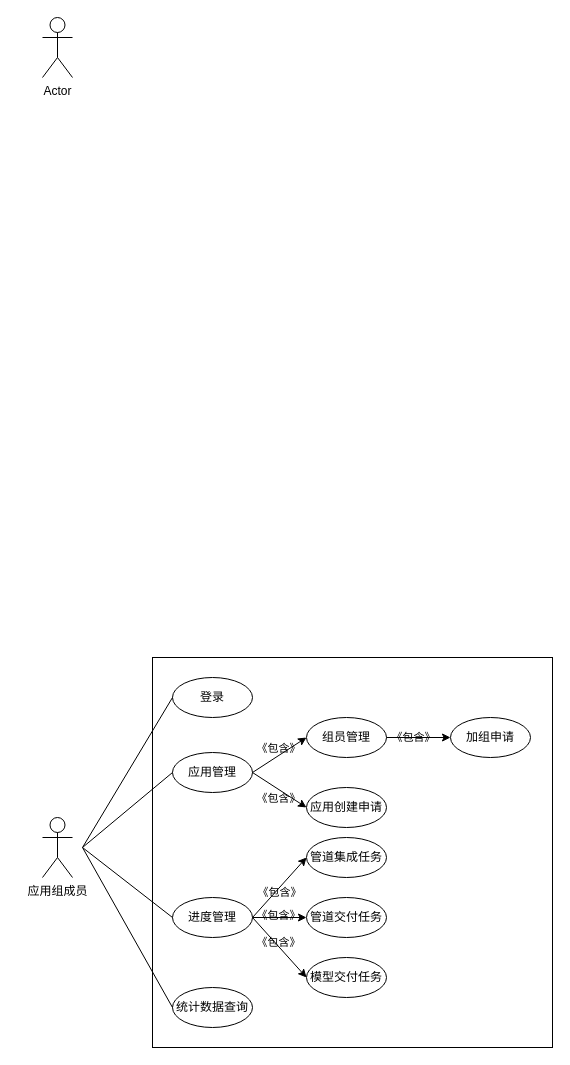
Sequin-hdd/COINFO keeps this draw.io diagram as 用例图2.drawio. Above is the earlier version. Source tidied: cells renumbered, new cells numbered last; positions are measured from the earlier drawing's top-left corner, leaving out a move shared by most shapes. Both pictures are drawn from the tidied source at 100%, with x=0, y=0 at pixel (42, 17).
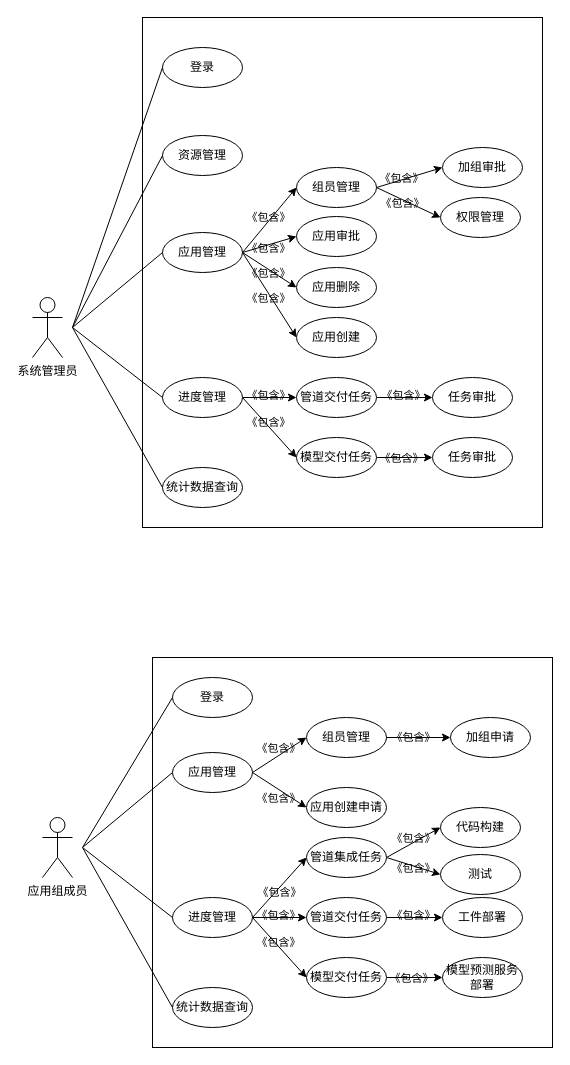
Above is the later version.

Commit message:
更新用例图2.drawio

The change refers to these unchanged cells:
```xml
<mxCell id="13" value="管道交付任务" style="ellipse;whiteSpace=wrap;html=1;" parent="1" vertex="1">
  <mxGeometry x="264" y="880" width="80" height="40" as="geometry" />
</mxCell>
<mxCell id="14" value="模型交付任务" style="ellipse;whiteSpace=wrap;html=1;" parent="1" vertex="1">
  <mxGeometry x="264" y="940" width="80" height="40" as="geometry" />
</mxCell>
<mxCell id="29" value="管道集成任务" style="ellipse;whiteSpace=wrap;html=1;" parent="1" vertex="1">
  <mxGeometry x="264" y="820" width="80" height="40" as="geometry" />
</mxCell>
```

The edit, as a diff of the source:
```diff
@@
-    <mxCell id="2" value="Actor" style="shape=umlActor;verticalLabelPosition=bottom;verticalAlign=top;html=1;" parent="1" vertex="1">
-      <mxGeometry width="30" height="60" as="geometry" />
-    </mxCell>
@@
+    <mxCell id="31" style="edgeStyle=none;rounded=0;jettySize=auto;html=1;exitX=1;exitY=0.5;exitDx=0;exitDy=0;entryX=0;entryY=0.5;entryDx=0;entryDy=0;" parent="1" edge="1" source="13" target="37">
+      <mxGeometry relative="1" as="geometry" />
+    </mxCell>
@@
+    <mxCell id="32" style="edgeStyle=none;rounded=0;jettySize=auto;html=1;exitX=1;exitY=0.5;exitDx=0;exitDy=0;entryX=0;entryY=0.5;entryDx=0;entryDy=0;" parent="1" edge="1" source="14" target="41">
+      <mxGeometry relative="1" as="geometry" />
+    </mxCell>
@@
+    <mxCell id="33" style="edgeStyle=none;rounded=0;jettySize=auto;html=1;exitX=1;exitY=0.5;exitDx=0;exitDy=0;entryX=0;entryY=0.5;entryDx=0;entryDy=0;" parent="1" edge="1" source="29" target="35">
+      <mxGeometry relative="1" as="geometry" />
+    </mxCell>
+    <mxCell id="34" style="edgeStyle=none;rounded=0;jettySize=auto;html=1;exitX=1;exitY=0.5;exitDx=0;exitDy=0;entryX=0;entryY=0.5;entryDx=0;entryDy=0;" parent="1" edge="1" source="29" target="36">
+      <mxGeometry relative="1" as="geometry" />
+    </mxCell>
@@
+    <mxCell id="35" value="代码构建" style="ellipse;whiteSpace=wrap;html=1;" parent="1" vertex="1">
+      <mxGeometry x="398" y="790" width="80" height="40" as="geometry" />
+    </mxCell>
+    <mxCell id="36" value="测试" style="ellipse;whiteSpace=wrap;html=1;" parent="1" vertex="1">
+      <mxGeometry x="398" y="837" width="80" height="40" as="geometry" />
+    </mxCell>
+    <mxCell id="37" value="工件部署" style="ellipse;whiteSpace=wrap;html=1;" parent="1" vertex="1">
+      <mxGeometry x="400" y="880" width="80" height="40" as="geometry" />
+    </mxCell>
+    <mxCell id="38" value="《包含》" style="edgeLabel;html=1;align=center;verticalAlign=middle;labelBackgroundColor=none;" parent="1" vertex="1">
+      <mxGeometry x="370" y="820" as="geometry" />
+    </mxCell>
+    <mxCell id="39" value="《包含》" style="edgeLabel;html=1;align=center;verticalAlign=middle;labelBackgroundColor=none;" parent="1" vertex="1">
+      <mxGeometry x="370" y="850" as="geometry" />
+    </mxCell>
+    <mxCell id="40" value="《包含》" style="edgeLabel;html=1;align=center;verticalAlign=middle;labelBackgroundColor=none;" parent="1" vertex="1">
+      <mxGeometry x="370" y="897" as="geometry" />
+    </mxCell>
+    <mxCell id="41" value="模型预测服务部署" style="ellipse;whiteSpace=wrap;html=1;" parent="1" vertex="1">
+      <mxGeometry x="400" y="940" width="80" height="40" as="geometry" />
+    </mxCell>
+    <mxCell id="42" value="《包含》" style="edgeLabel;html=1;align=center;verticalAlign=middle;labelBackgroundColor=none;" parent="1" vertex="1">
+      <mxGeometry x="368" y="960" as="geometry" />
+    </mxCell>
+    <mxCell id="43" value="系统管理员" style="shape=umlActor;verticalLabelPosition=bottom;verticalAlign=top;html=1;labelBackgroundColor=none;" parent="1" vertex="1">
+      <mxGeometry x="-10" y="280" width="30" height="60" as="geometry" />
+    </mxCell>
+    <mxCell id="44" style="whiteSpace=wrap;html=1;labelBackgroundColor=none;" parent="1" vertex="1">
+      <mxGeometry x="100" width="400" height="510" as="geometry" />
+    </mxCell>
+    <mxCell id="45" style="edgeStyle=none;rounded=0;jettySize=auto;html=1;exitX=1;exitY=0.5;exitDx=0;exitDy=0;entryX=0;entryY=0.5;entryDx=0;entryDy=0;" parent="1" edge="1" source="47" target="77">
+      <mxGeometry relative="1" as="geometry" />
+    </mxCell>
+    <mxCell id="46" style="edgeStyle=none;rounded=0;jettySize=auto;html=1;exitX=1;exitY=0.5;exitDx=0;exitDy=0;entryX=0;entryY=0.5;entryDx=0;entryDy=0;" parent="1" edge="1" source="47" target="78">
+      <mxGeometry relative="1" as="geometry" />
+    </mxCell>
+    <mxCell id="47" value="应用管理" style="ellipse;whiteSpace=wrap;html=1;" parent="1" vertex="1">
+      <mxGeometry x="120" y="215" width="80" height="40" as="geometry" />
+    </mxCell>
+    <mxCell id="48" style="edgeStyle=none;rounded=0;jettySize=auto;html=1;exitX=1;exitY=0.5;exitDx=0;exitDy=0;entryX=0;entryY=0.5;entryDx=0;entryDy=0;" parent="1" edge="1" source="49" target="79">
+      <mxGeometry relative="1" as="geometry" />
+    </mxCell>
+    <mxCell id="49" value="组员管理" style="ellipse;whiteSpace=wrap;html=1;" parent="1" vertex="1">
+      <mxGeometry x="254" y="150" width="80" height="40" as="geometry" />
+    </mxCell>
+    <mxCell id="50" value="统计数据查询" style="ellipse;whiteSpace=wrap;html=1;" parent="1" vertex="1">
+      <mxGeometry x="120" y="450" width="80" height="40" as="geometry" />
+    </mxCell>
+    <mxCell id="51" value="加组审批" style="ellipse;whiteSpace=wrap;html=1;" parent="1" vertex="1">
+      <mxGeometry x="400" y="130" width="80" height="40" as="geometry" />
+    </mxCell>
+    <mxCell id="52" value="应用创建" style="ellipse;whiteSpace=wrap;html=1;" parent="1" vertex="1">
+      <mxGeometry x="254" y="300" width="80" height="40" as="geometry" />
+    </mxCell>
+    <mxCell id="53" value="登录" style="ellipse;whiteSpace=wrap;html=1;" parent="1" vertex="1">
+      <mxGeometry x="120" y="30" width="80" height="40" as="geometry" />
+    </mxCell>
+    <mxCell id="54" value="进度管理" style="ellipse;whiteSpace=wrap;html=1;" parent="1" vertex="1">
+      <mxGeometry x="120" y="360" width="80" height="40" as="geometry" />
+    </mxCell>
+    <mxCell id="55" style="edgeStyle=none;rounded=0;jettySize=auto;html=1;exitX=1;exitY=0.5;exitDx=0;exitDy=0;entryX=0;entryY=0.5;entryDx=0;entryDy=0;" parent="1" edge="1" source="56" target="73">
+      <mxGeometry relative="1" as="geometry" />
+    </mxCell>
+    <mxCell id="56" value="管道交付任务" style="ellipse;whiteSpace=wrap;html=1;" parent="1" vertex="1">
+      <mxGeometry x="254" y="360" width="80" height="40" as="geometry" />
+    </mxCell>
+    <mxCell id="57" style="edgeStyle=none;rounded=0;jettySize=auto;html=1;exitX=1;exitY=0.5;exitDx=0;exitDy=0;entryX=0;entryY=0.5;entryDx=0;entryDy=0;" parent="1" edge="1" source="58" target="75">
+      <mxGeometry relative="1" as="geometry" />
+    </mxCell>
+    <mxCell id="58" value="模型交付任务" style="ellipse;whiteSpace=wrap;html=1;" parent="1" vertex="1">
+      <mxGeometry x="254" y="420" width="80" height="40" as="geometry" />
+    </mxCell>
+    <mxCell id="59" style="endArrow=none;html=1;entryX=0;entryY=0.5;entryDx=0;entryDy=0;" parent="1" edge="1" target="53">
+      <mxGeometry relative="1" as="geometry">
+        <mxPoint x="30" y="310" as="sourcePoint" />
+      </mxGeometry>
+    </mxCell>
+    <mxCell id="60" style="endArrow=none;html=1;entryX=0;entryY=0.5;entryDx=0;entryDy=0;" parent="1" edge="1" target="47">
+      <mxGeometry relative="1" as="geometry">
+        <mxPoint x="30" y="310" as="sourcePoint" />
+      </mxGeometry>
+    </mxCell>
+    <mxCell id="61" style="endArrow=none;html=1;entryX=0;entryY=0.5;entryDx=0;entryDy=0;" parent="1" edge="1" target="54">
+      <mxGeometry relative="1" as="geometry">
+        <mxPoint x="30" y="310" as="sourcePoint" />
+      </mxGeometry>
+    </mxCell>
+    <mxCell id="62" style="endArrow=none;html=1;exitX=0;exitY=0.5;exitDx=0;exitDy=0;" parent="1" edge="1" source="50">
+      <mxGeometry relative="1" as="geometry">
+        <mxPoint x="30" y="310" as="targetPoint" />
+      </mxGeometry>
+    </mxCell>
+    <mxCell id="63" style="endArrow=classic;html=1;exitX=1;exitY=0.5;exitDx=0;exitDy=0;entryX=0;entryY=0.5;entryDx=0;entryDy=0;" parent="1" edge="1" source="47" target="49">
+      <mxGeometry relative="1" as="geometry" />
+    </mxCell>
+    <mxCell id="64" style="endArrow=classic;html=1;entryX=0;entryY=0.5;entryDx=0;entryDy=0;exitX=1;exitY=0.5;exitDx=0;exitDy=0;" parent="1" edge="1" source="47" target="52">
+      <mxGeometry relative="1" as="geometry" />
+    </mxCell>
+    <mxCell id="65" style="endArrow=classic;html=1;entryX=0;entryY=0.5;entryDx=0;entryDy=0;" parent="1" edge="1" target="56">
+      <mxGeometry relative="1" as="geometry">
+        <mxPoint x="200.3" y="380" as="sourcePoint" />
+      </mxGeometry>
+    </mxCell>
+    <mxCell id="66" style="endArrow=classic;html=1;entryX=0;entryY=0.5;entryDx=0;entryDy=0;" parent="1" edge="1" target="58">
+      <mxGeometry relative="1" as="geometry">
+        <mxPoint x="200" y="380" as="sourcePoint" />
+      </mxGeometry>
+    </mxCell>
+    <mxCell id="67" style="endArrow=classic;html=1;entryX=0;entryY=0.5;entryDx=0;entryDy=0;exitX=1;exitY=0.5;exitDx=0;exitDy=0;" parent="1" edge="1" source="49" target="51">
+      <mxGeometry relative="1" as="geometry" />
+    </mxCell>
+    <mxCell id="68" value="《包含》" style="edgeLabel;html=1;align=center;verticalAlign=middle;labelBackgroundColor=none;" parent="1" vertex="1">
+      <mxGeometry x="225.3" y="199" as="geometry" />
+    </mxCell>
+    <mxCell id="69" value="《包含》" style="edgeLabel;html=1;align=center;verticalAlign=middle;labelBackgroundColor=none;" parent="1" vertex="1">
+      <mxGeometry x="225.3" y="280" as="geometry" />
+    </mxCell>
+    <mxCell id="70" value="《包含》" style="edgeLabel;html=1;align=center;verticalAlign=middle;labelBackgroundColor=none;" parent="1" vertex="1">
+      <mxGeometry x="358" y="160" as="geometry" />
+    </mxCell>
+    <mxCell id="71" value="《包含》" style="edgeLabel;html=1;align=center;verticalAlign=middle;labelBackgroundColor=none;" parent="1" vertex="1">
+      <mxGeometry x="225.3" y="377" as="geometry" />
+    </mxCell>
+    <mxCell id="72" value="《包含》" style="edgeLabel;html=1;align=center;verticalAlign=middle;labelBackgroundColor=none;" parent="1" vertex="1">
+      <mxGeometry x="225.3" y="404" as="geometry" />
+    </mxCell>
+    <mxCell id="73" value="任务审批" style="ellipse;whiteSpace=wrap;html=1;" parent="1" vertex="1">
+      <mxGeometry x="390" y="360" width="80" height="40" as="geometry" />
+    </mxCell>
+    <mxCell id="74" value="《包含》" style="edgeLabel;html=1;align=center;verticalAlign=middle;labelBackgroundColor=none;" parent="1" vertex="1">
+      <mxGeometry x="360" y="377" as="geometry" />
+    </mxCell>
+    <mxCell id="75" value="任务审批" style="ellipse;whiteSpace=wrap;html=1;" parent="1" vertex="1">
+      <mxGeometry x="390" y="420" width="80" height="40" as="geometry" />
+    </mxCell>
+    <mxCell id="76" value="《包含》" style="edgeLabel;html=1;align=center;verticalAlign=middle;labelBackgroundColor=none;" parent="1" vertex="1">
+      <mxGeometry x="358" y="440" as="geometry" />
+    </mxCell>
+    <mxCell id="77" value="应用审批" style="ellipse;whiteSpace=wrap;html=1;" parent="1" vertex="1">
+      <mxGeometry x="254" y="199" width="80" height="40" as="geometry" />
+    </mxCell>
+    <mxCell id="78" value="应用删除" style="ellipse;whiteSpace=wrap;html=1;" parent="1" vertex="1">
+      <mxGeometry x="254" y="250" width="80" height="40" as="geometry" />
+    </mxCell>
+    <mxCell id="79" value="权限管理" style="ellipse;whiteSpace=wrap;html=1;" parent="1" vertex="1">
+      <mxGeometry x="398" y="180" width="80" height="40" as="geometry" />
+    </mxCell>
+    <mxCell id="80" value="《包含》" style="edgeLabel;html=1;align=center;verticalAlign=middle;labelBackgroundColor=none;" parent="1" vertex="1">
+      <mxGeometry x="359" y="185" as="geometry" />
+    </mxCell>
+    <mxCell id="81" value="《包含》" style="edgeLabel;html=1;align=center;verticalAlign=middle;labelBackgroundColor=none;" parent="1" vertex="1">
+      <mxGeometry x="225.3" y="230" as="geometry" />
+    </mxCell>
+    <mxCell id="82" value="《包含》" style="edgeLabel;html=1;align=center;verticalAlign=middle;labelBackgroundColor=none;" parent="1" vertex="1">
+      <mxGeometry x="225.3" y="255" as="geometry" />
+    </mxCell>
+    <mxCell id="83" value="资源管理" style="ellipse;whiteSpace=wrap;html=1;" parent="1" vertex="1">
+      <mxGeometry x="120" y="118" width="80" height="40" as="geometry" />
+    </mxCell>
+    <mxCell id="84" style="endArrow=none;html=1;entryX=0;entryY=0.5;entryDx=0;entryDy=0;" parent="1" edge="1" target="83">
+      <mxGeometry relative="1" as="geometry">
+        <mxPoint x="30" y="310" as="sourcePoint" />
+      </mxGeometry>
+    </mxCell>
```
